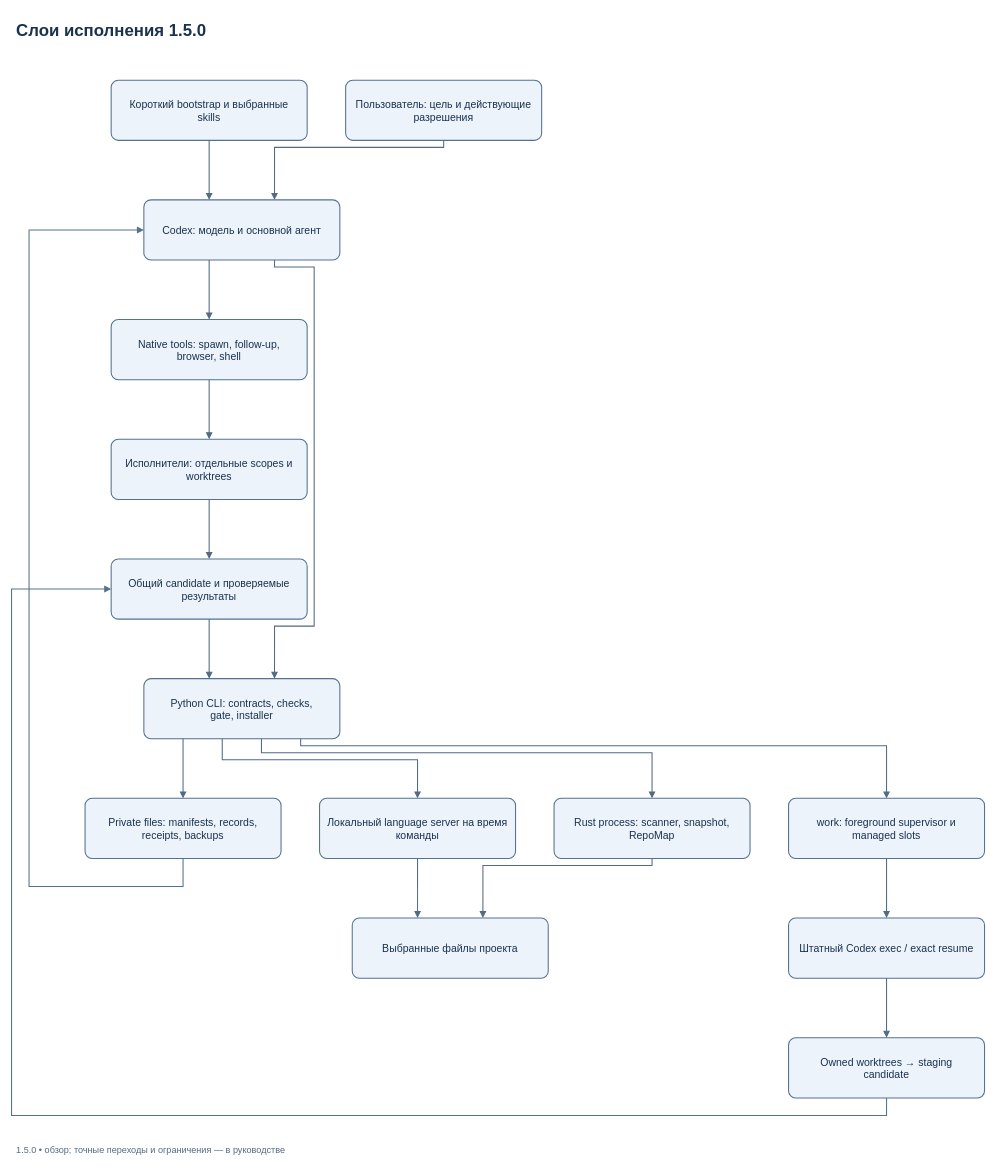
Above: docs/diagrams/runtime-architecture.drawio in SUKUNA-AI/agent-harness (draw.io), before the change. Source tidied: cells renumbered, new cells numbered last; positions are measured from the earlier drawing's top-left corner, leaving out a move shared by most shapes. Both pictures are drawn from the tidied source at 70%, with x=0, y=0 at pixel (11, 11).
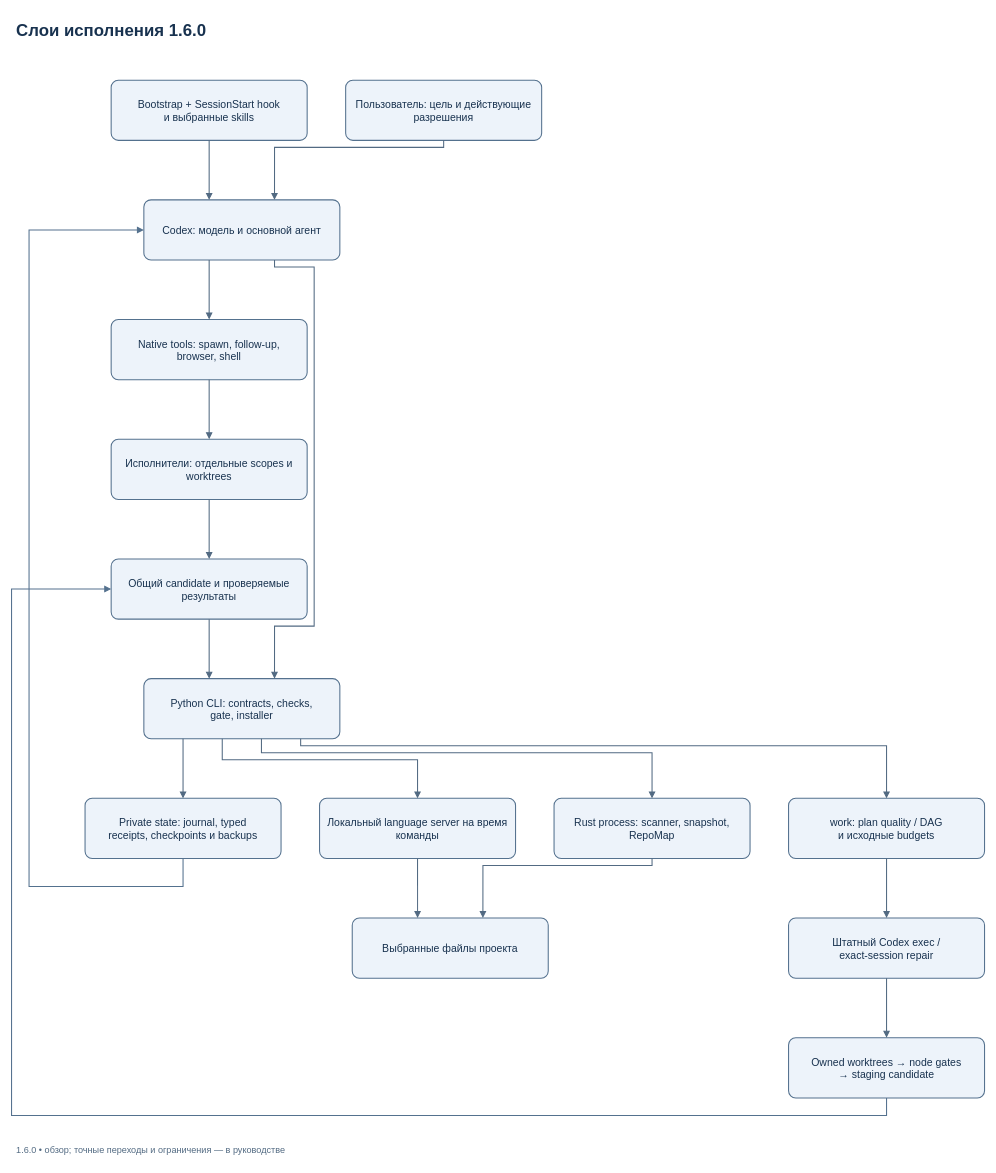
The same page after the edit.

Change to the diagram source:
```diff
@@
-    <mxCell id="2" value="Слои исполнения 1.5.0" style="text;html=0;align=left;verticalAlign=middle;fontFamily=Arial;fontSize=24;fontStyle=1;fontColor=#18324F;whiteSpace=nowrap;" parent="1" vertex="1">
+    <mxCell id="2" value="Слои исполнения 1.6.0" style="text;html=0;align=left;verticalAlign=middle;fontFamily=Arial;fontSize=24;fontStyle=1;fontColor=#18324F;whiteSpace=nowrap;" parent="1" vertex="1">
       <mxGeometry x="5" width="1385" height="50" as="geometry" />
     </mxCell>
@@
-    <mxCell id="5" value="Короткий bootstrap и выбранные&#10;skills" style="rounded=1;arcSize=12;whiteSpace=nowrap;html=0;align=center;verticalAlign=middle;fontFamily=Arial;fontSize=15;spacing=12;strokeWidth=1.5;strokeColor=#54718E;fillColor=#EDF3FA;fontColor=#18324F;" parent="1" vertex="1">
+    <mxCell id="5" value="Bootstrap + SessionStart hook&#10;и выбранные skills" style="rounded=1;arcSize=12;whiteSpace=nowrap;html=0;align=center;verticalAlign=middle;fontFamily=Arial;fontSize=15;spacing=12;strokeWidth=1.5;strokeColor=#54718E;fillColor=#EDF3FA;fontColor=#18324F;" parent="1" vertex="1">
       <mxGeometry x="142.3" y="98" width="280" height="86" as="geometry" />
     </mxCell>
@@
-    <mxCell id="10" value="work: foreground supervisor и&#10;managed slots" style="rounded=1;arcSize=12;whiteSpace=nowrap;html=0;align=center;verticalAlign=middle;fontFamily=Arial;fontSize=15;spacing=12;strokeWidth=1.5;strokeColor=#54718E;fillColor=#EDF3FA;fontColor=#18324F;" parent="1" vertex="1">
+    <mxCell id="10" value="work: plan quality / DAG&#10;и исходные budgets" style="rounded=1;arcSize=12;whiteSpace=nowrap;html=0;align=center;verticalAlign=middle;fontFamily=Arial;fontSize=15;spacing=12;strokeWidth=1.5;strokeColor=#54718E;fillColor=#EDF3FA;fontColor=#18324F;" parent="1" vertex="1">
       <mxGeometry x="1110" y="1124" width="280" height="86" as="geometry" />
     </mxCell>
-    <mxCell id="11" value="Штатный Codex exec / exact resume" style="rounded=1;arcSize=12;whiteSpace=nowrap;html=0;align=center;verticalAlign=middle;fontFamily=Arial;fontSize=15;spacing=12;strokeWidth=1.5;strokeColor=#54718E;fillColor=#EDF3FA;fontColor=#18324F;" parent="1" vertex="1">
+    <mxCell id="11" value="Штатный Codex exec /&#10;exact-session repair" style="rounded=1;arcSize=12;whiteSpace=nowrap;html=0;align=center;verticalAlign=middle;fontFamily=Arial;fontSize=15;spacing=12;strokeWidth=1.5;strokeColor=#54718E;fillColor=#EDF3FA;fontColor=#18324F;" parent="1" vertex="1">
       <mxGeometry x="1110" y="1295" width="280" height="86" as="geometry" />
     </mxCell>
-    <mxCell id="12" value="Owned worktrees → staging&#10;candidate" style="rounded=1;arcSize=12;whiteSpace=nowrap;html=0;align=center;verticalAlign=middle;fontFamily=Arial;fontSize=15;spacing=12;strokeWidth=1.5;strokeColor=#54718E;fillColor=#EDF3FA;fontColor=#18324F;" parent="1" vertex="1">
+    <mxCell id="12" value="Owned worktrees → node gates&#10;→ staging candidate" style="rounded=1;arcSize=12;whiteSpace=nowrap;html=0;align=center;verticalAlign=middle;fontFamily=Arial;fontSize=15;spacing=12;strokeWidth=1.5;strokeColor=#54718E;fillColor=#EDF3FA;fontColor=#18324F;" parent="1" vertex="1">
       <mxGeometry x="1110" y="1466" width="280" height="86" as="geometry" />
     </mxCell>
-    <mxCell id="13" value="Private files: manifests, records,&#10;receipts, backups" style="rounded=1;arcSize=12;whiteSpace=nowrap;html=0;align=center;verticalAlign=middle;fontFamily=Arial;fontSize=15;spacing=12;strokeWidth=1.5;strokeColor=#54718E;fillColor=#EDF3FA;fontColor=#18324F;" parent="1" vertex="1">
+    <mxCell id="13" value="Private state: journal, typed&#10;receipts, checkpoints и backups" style="rounded=1;arcSize=12;whiteSpace=nowrap;html=0;align=center;verticalAlign=middle;fontFamily=Arial;fontSize=15;spacing=12;strokeWidth=1.5;strokeColor=#54718E;fillColor=#EDF3FA;fontColor=#18324F;" parent="1" vertex="1">
       <mxGeometry x="105" y="1124" width="280" height="86" as="geometry" />
     </mxCell>
@@
-    <mxCell id="34" value="1.5.0 • обзор; точные переходы и ограничения — в руководстве" style="text;html=0;align=left;fontFamily=Arial;fontSize=13;fontColor=#526A82;" parent="1" vertex="1">
+    <mxCell id="34" value="1.6.0 • обзор; точные переходы и ограничения — в руководстве" style="text;html=0;align=left;fontFamily=Arial;fontSize=13;fontColor=#526A82;" parent="1" vertex="1">
       <mxGeometry x="5" y="1612" width="1385" height="30" as="geometry" />
     </mxCell>
```
